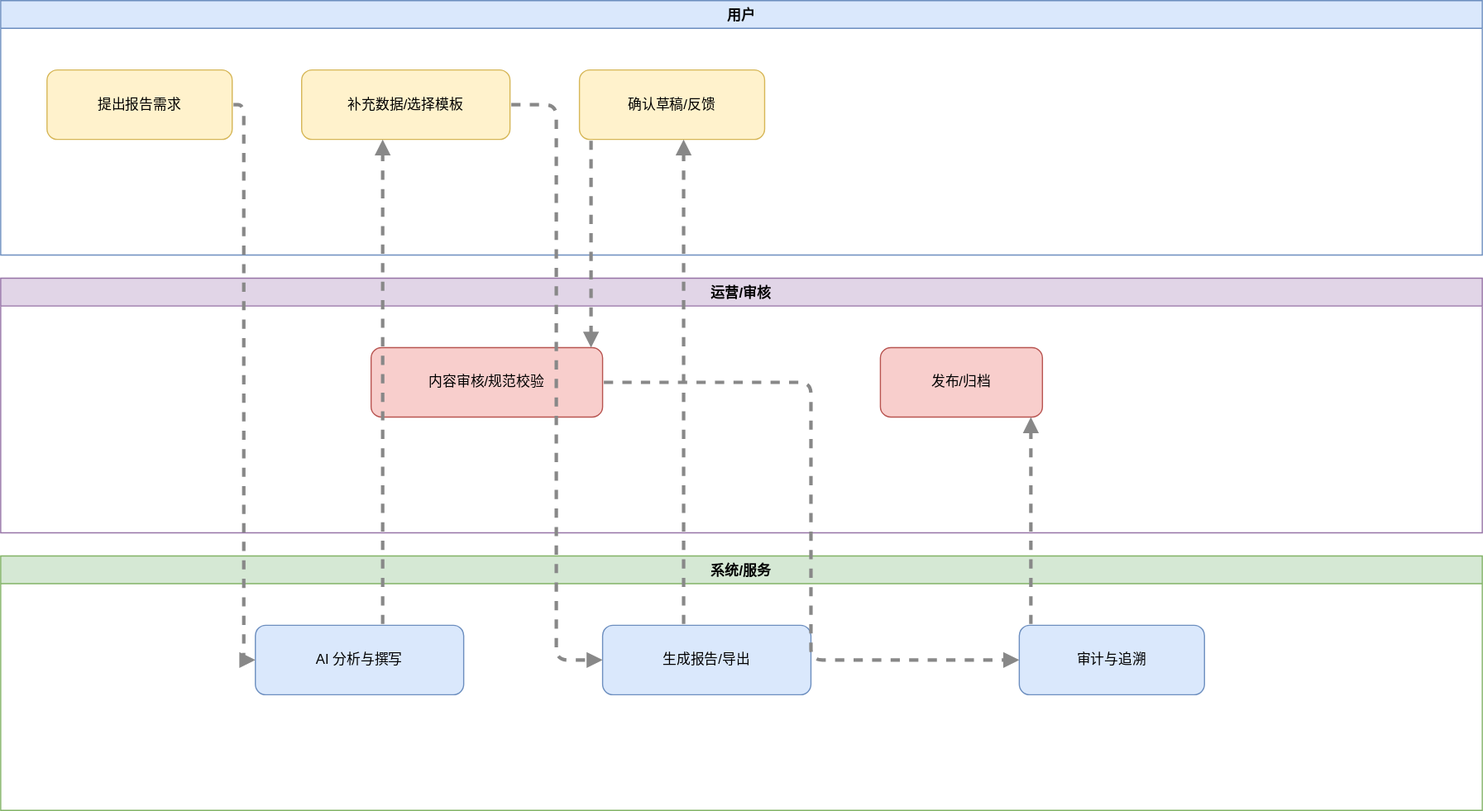
The draw.io diagram reporting/业务架构-泳道图.drawio.svg in xiqing21/smart-report, before a commit. Source tidied: cells renumbered, new cells last; positions are measured from the earlier drawing's top-left corner, leaving out a move shared by most shapes. Source of this version:
```xml
<mxGraphModel>
  <root>
    <mxCell id="0" />
    <mxCell id="1" parent="0" />
    <mxCell id="2" value="用户" style="swimlane;fontStyle=1;horizontal=1;startSize=24;fillColor=#dae8fc;strokeColor=#6c8ebf;" parent="1" vertex="1">
      <mxGeometry width="1280" height="220" as="geometry" />
    </mxCell>
    <mxCell id="3" value="提出报告需求" style="rounded=1;whiteSpace=wrap;html=1;fillColor=#fff2cc;strokeColor=#d6b656;" parent="2" vertex="1">
      <mxGeometry x="40" y="60" width="160" height="60" as="geometry" />
    </mxCell>
    <mxCell id="4" value="补充数据/选择模板" style="rounded=1;whiteSpace=wrap;html=1;fillColor=#fff2cc;strokeColor=#d6b656;" parent="2" vertex="1">
      <mxGeometry x="260" y="60" width="180" height="60" as="geometry" />
    </mxCell>
    <mxCell id="5" value="确认草稿/反馈" style="rounded=1;whiteSpace=wrap;html=1;fillColor=#fff2cc;strokeColor=#d6b656;" parent="2" vertex="1">
      <mxGeometry x="500" y="60" width="160" height="60" as="geometry" />
    </mxCell>
    <mxCell id="6" value="运营/审核" style="swimlane;fontStyle=1;horizontal=1;startSize=24;fillColor=#e1d5e7;strokeColor=#9673a6;" parent="1" vertex="1">
      <mxGeometry y="240" width="1280" height="220" as="geometry" />
    </mxCell>
    <mxCell id="7" value="内容审核/规范校验" style="rounded=1;whiteSpace=wrap;html=1;fillColor=#f8cecc;strokeColor=#b85450;" parent="6" vertex="1">
      <mxGeometry x="320" y="60" width="200" height="60" as="geometry" />
    </mxCell>
    <mxCell id="8" value="发布/归档" style="rounded=1;whiteSpace=wrap;html=1;fillColor=#f8cecc;strokeColor=#b85450;" parent="6" vertex="1">
      <mxGeometry x="760" y="60" width="140" height="60" as="geometry" />
    </mxCell>
    <mxCell id="9" value="系统/服务" style="swimlane;fontStyle=1;horizontal=1;startSize=24;fillColor=#d5e8d4;strokeColor=#82b366;" parent="1" vertex="1">
      <mxGeometry y="480" width="1280" height="220" as="geometry" />
    </mxCell>
    <mxCell id="10" value="AI 分析与撰写" style="rounded=1;whiteSpace=wrap;html=1;fillColor=#dae8fc;strokeColor=#6c8ebf;" parent="9" vertex="1">
      <mxGeometry x="220" y="60" width="180" height="60" as="geometry" />
    </mxCell>
    <mxCell id="11" value="生成报告/导出" style="rounded=1;whiteSpace=wrap;html=1;fillColor=#dae8fc;strokeColor=#6c8ebf;" parent="9" vertex="1">
      <mxGeometry x="520" y="60" width="180" height="60" as="geometry" />
    </mxCell>
    <mxCell id="12" value="审计与追溯" style="rounded=1;whiteSpace=wrap;html=1;fillColor=#dae8fc;strokeColor=#6c8ebf;" parent="9" vertex="1">
      <mxGeometry x="880" y="60" width="160" height="60" as="geometry" />
    </mxCell>
    <mxCell id="13" style="edgeStyle=elbowEdgeStyle;rounded=1;endArrow=block;html=1;strokeColor=#888;flowAnimation=1;strokeWidth=3;" parent="1" edge="1" source="3" target="10">
      <mxGeometry relative="1" as="geometry" />
    </mxCell>
    <mxCell id="14" style="edgeStyle=elbowEdgeStyle;rounded=1;endArrow=block;html=1;strokeColor=#888;flowAnimation=1;strokeWidth=3;" parent="1" edge="1" source="10" target="4">
      <mxGeometry relative="1" as="geometry" />
    </mxCell>
    <mxCell id="15" style="edgeStyle=elbowEdgeStyle;rounded=1;endArrow=block;html=1;strokeColor=#888;flowAnimation=1;strokeWidth=3;" parent="1" edge="1" source="4" target="11">
      <mxGeometry relative="1" as="geometry" />
    </mxCell>
    <mxCell id="16" style="edgeStyle=elbowEdgeStyle;rounded=1;endArrow=block;html=1;strokeColor=#888;flowAnimation=1;strokeWidth=3;" parent="1" edge="1" source="11" target="5">
      <mxGeometry relative="1" as="geometry" />
    </mxCell>
    <mxCell id="17" style="edgeStyle=elbowEdgeStyle;rounded=1;endArrow=block;html=1;strokeColor=#888;flowAnimation=1;strokeWidth=3;" parent="1" edge="1" source="5" target="7">
      <mxGeometry relative="1" as="geometry" />
    </mxCell>
    <mxCell id="18" style="edgeStyle=elbowEdgeStyle;rounded=1;endArrow=block;html=1;strokeColor=#888;flowAnimation=1;strokeWidth=3;" parent="1" edge="1" source="7" target="12">
      <mxGeometry relative="1" as="geometry" />
    </mxCell>
    <mxCell id="19" style="edgeStyle=elbowEdgeStyle;rounded=1;endArrow=block;html=1;strokeColor=#888;flowAnimation=1;strokeWidth=3;" parent="1" edge="1" source="12" target="8">
      <mxGeometry relative="1" as="geometry" />
    </mxCell>
  </root>
</mxGraphModel>
```
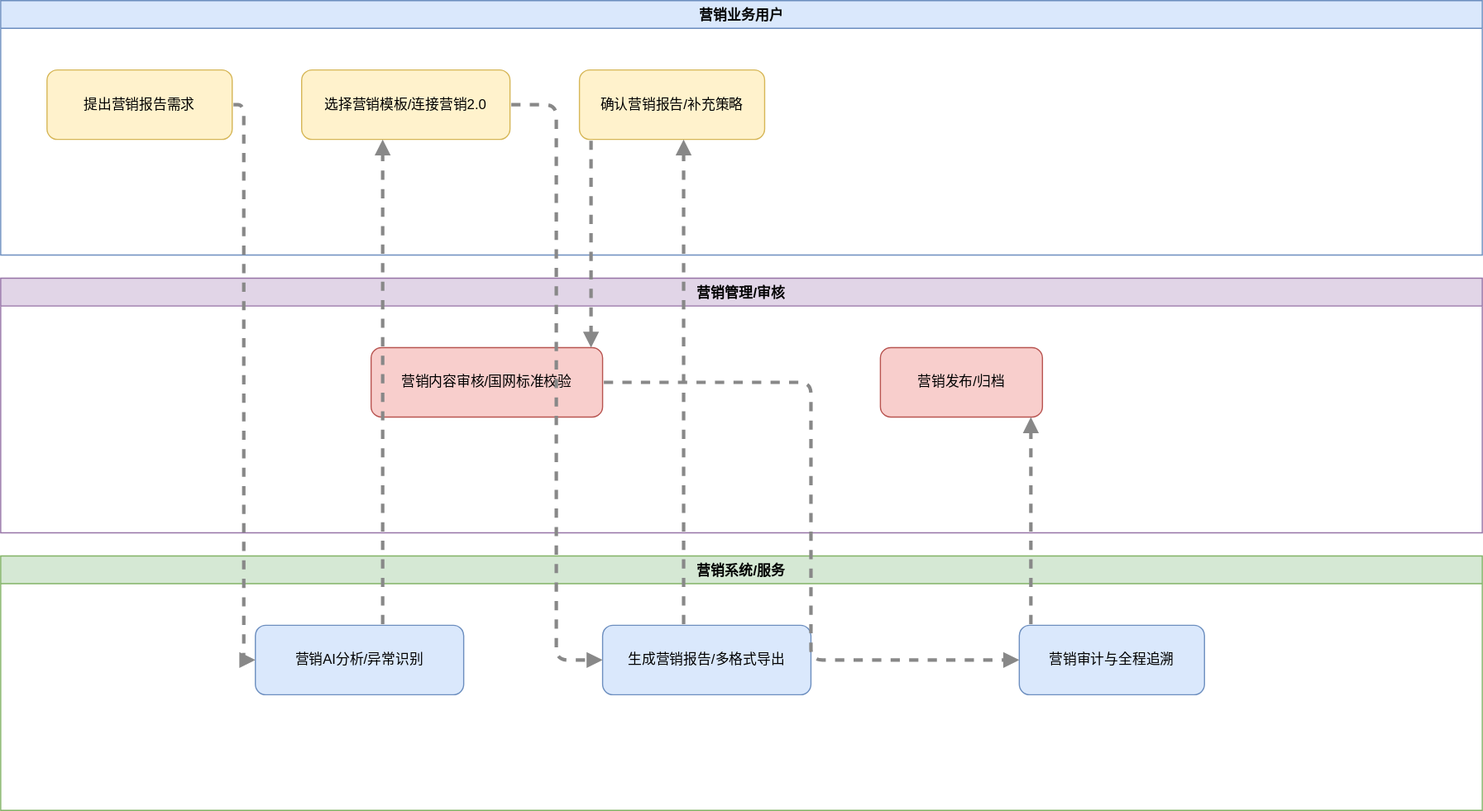
The same file after the commit.

The edit, as a diff of the source:
```diff
@@ -2,37 +2,37 @@
   <root>
     <mxCell id="0" />
     <mxCell id="1" parent="0" />
-    <mxCell id="2" value="用户" style="swimlane;fontStyle=1;horizontal=1;startSize=24;fillColor=#dae8fc;strokeColor=#6c8ebf;" parent="1" vertex="1">
+    <mxCell id="2" value="营销业务用户" style="swimlane;fontStyle=1;horizontal=1;startSize=24;fillColor=#dae8fc;strokeColor=#6c8ebf;" parent="1" vertex="1">
       <mxGeometry width="1280" height="220" as="geometry" />
     </mxCell>
-    <mxCell id="3" value="提出报告需求" style="rounded=1;whiteSpace=wrap;html=1;fillColor=#fff2cc;strokeColor=#d6b656;" parent="2" vertex="1">
+    <mxCell id="3" value="提出营销报告需求" style="rounded=1;whiteSpace=wrap;html=1;fillColor=#fff2cc;strokeColor=#d6b656;" parent="2" vertex="1">
       <mxGeometry x="40" y="60" width="160" height="60" as="geometry" />
     </mxCell>
-    <mxCell id="4" value="补充数据/选择模板" style="rounded=1;whiteSpace=wrap;html=1;fillColor=#fff2cc;strokeColor=#d6b656;" parent="2" vertex="1">
+    <mxCell id="4" value="选择营销模板/连接营销2.0" style="rounded=1;whiteSpace=wrap;html=1;fillColor=#fff2cc;strokeColor=#d6b656;" parent="2" vertex="1">
       <mxGeometry x="260" y="60" width="180" height="60" as="geometry" />
     </mxCell>
-    <mxCell id="5" value="确认草稿/反馈" style="rounded=1;whiteSpace=wrap;html=1;fillColor=#fff2cc;strokeColor=#d6b656;" parent="2" vertex="1">
+    <mxCell id="5" value="确认营销报告/补充策略" style="rounded=1;whiteSpace=wrap;html=1;fillColor=#fff2cc;strokeColor=#d6b656;" parent="2" vertex="1">
       <mxGeometry x="500" y="60" width="160" height="60" as="geometry" />
     </mxCell>
-    <mxCell id="6" value="运营/审核" style="swimlane;fontStyle=1;horizontal=1;startSize=24;fillColor=#e1d5e7;strokeColor=#9673a6;" parent="1" vertex="1">
+    <mxCell id="6" value="营销管理/审核" style="swimlane;fontStyle=1;horizontal=1;startSize=24;fillColor=#e1d5e7;strokeColor=#9673a6;" parent="1" vertex="1">
       <mxGeometry y="240" width="1280" height="220" as="geometry" />
     </mxCell>
-    <mxCell id="7" value="内容审核/规范校验" style="rounded=1;whiteSpace=wrap;html=1;fillColor=#f8cecc;strokeColor=#b85450;" parent="6" vertex="1">
+    <mxCell id="7" value="营销内容审核/国网标准校验" style="rounded=1;whiteSpace=wrap;html=1;fillColor=#f8cecc;strokeColor=#b85450;" parent="6" vertex="1">
       <mxGeometry x="320" y="60" width="200" height="60" as="geometry" />
     </mxCell>
-    <mxCell id="8" value="发布/归档" style="rounded=1;whiteSpace=wrap;html=1;fillColor=#f8cecc;strokeColor=#b85450;" parent="6" vertex="1">
+    <mxCell id="8" value="营销发布/归档" style="rounded=1;whiteSpace=wrap;html=1;fillColor=#f8cecc;strokeColor=#b85450;" parent="6" vertex="1">
       <mxGeometry x="760" y="60" width="140" height="60" as="geometry" />
     </mxCell>
-    <mxCell id="9" value="系统/服务" style="swimlane;fontStyle=1;horizontal=1;startSize=24;fillColor=#d5e8d4;strokeColor=#82b366;" parent="1" vertex="1">
+    <mxCell id="9" value="营销系统/服务" style="swimlane;fontStyle=1;horizontal=1;startSize=24;fillColor=#d5e8d4;strokeColor=#82b366;" parent="1" vertex="1">
       <mxGeometry y="480" width="1280" height="220" as="geometry" />
     </mxCell>
-    <mxCell id="10" value="AI 分析与撰写" style="rounded=1;whiteSpace=wrap;html=1;fillColor=#dae8fc;strokeColor=#6c8ebf;" parent="9" vertex="1">
+    <mxCell id="10" value="营销AI分析/异常识别" style="rounded=1;whiteSpace=wrap;html=1;fillColor=#dae8fc;strokeColor=#6c8ebf;" parent="9" vertex="1">
       <mxGeometry x="220" y="60" width="180" height="60" as="geometry" />
     </mxCell>
-    <mxCell id="11" value="生成报告/导出" style="rounded=1;whiteSpace=wrap;html=1;fillColor=#dae8fc;strokeColor=#6c8ebf;" parent="9" vertex="1">
+    <mxCell id="11" value="生成营销报告/多格式导出" style="rounded=1;whiteSpace=wrap;html=1;fillColor=#dae8fc;strokeColor=#6c8ebf;" parent="9" vertex="1">
       <mxGeometry x="520" y="60" width="180" height="60" as="geometry" />
     </mxCell>
-    <mxCell id="12" value="审计与追溯" style="rounded=1;whiteSpace=wrap;html=1;fillColor=#dae8fc;strokeColor=#6c8ebf;" parent="9" vertex="1">
+    <mxCell id="12" value="营销审计与全程追溯" style="rounded=1;whiteSpace=wrap;html=1;fillColor=#dae8fc;strokeColor=#6c8ebf;" parent="9" vertex="1">
       <mxGeometry x="880" y="60" width="160" height="60" as="geometry" />
     </mxCell>
     <mxCell id="13" style="edgeStyle=elbowEdgeStyle;rounded=1;endArrow=block;html=1;strokeColor=#888;flowAnimation=1;strokeWidth=3;" parent="1" edge="1" source="3" target="10">
```
